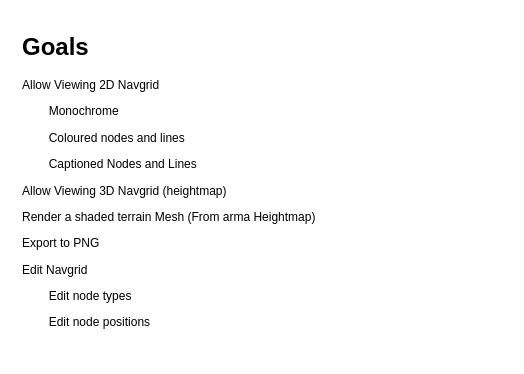
Earlier version of the draw.io diagram page "Goals" (1 of 6) of StreetArtist.Core/Docs/StreetArtistStrategy.drawio (CalebSerafin/StreetArtist). Source tidied: cells renumbered, new cells numbered last; positions are measured from the earlier drawing's top-left corner, leaving out a move shared by most shapes. Both pictures are drawn from the tidied source at 100%, with x=0, y=0 at pixel (17, 27).
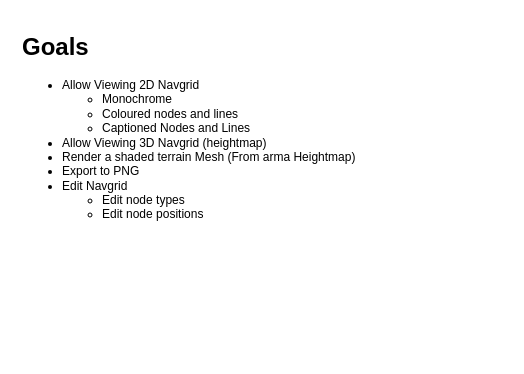
Above is the later version.

The edit, as a diff of the source:
```diff
@@
 <mxGraphModel>
   <root>
     <mxCell id="0" />
     <mxCell id="1" parent="0" />
-    <mxCell id="2" value="&lt;h1&gt;Goals&lt;/h1&gt;&lt;p&gt;Allow Viewing 2D Navgrid&lt;/p&gt;&lt;p&gt;&lt;span style=&quot;white-space: pre;&quot;&gt;&#9;&lt;/span&gt;Monochrome&lt;br&gt;&lt;/p&gt;&lt;p&gt;&lt;span style=&quot;white-space: pre;&quot;&gt;&#9;&lt;/span&gt;Coloured nodes and lines&lt;br&gt;&lt;/p&gt;&lt;p&gt;&lt;span style=&quot;white-space: pre;&quot;&gt;&#9;&lt;/span&gt;Captioned Nodes and Lines&lt;br&gt;&lt;/p&gt;&lt;p&gt;Allow Viewing 3D Navgrid (heightmap)&lt;/p&gt;&lt;p&gt;Render a shaded terrain Mesh (From arma Heightmap)&lt;/p&gt;&lt;p&gt;Export to PNG&lt;/p&gt;&lt;p&gt;Edit Navgrid&lt;/p&gt;&lt;p&gt;&lt;span style=&quot;white-space: pre;&quot;&gt;&#9;&lt;/span&gt;Edit node types&lt;br&gt;&lt;/p&gt;&lt;p&gt;&lt;span style=&quot;white-space: pre;&quot;&gt;&#9;&lt;/span&gt;Edit node positions&lt;br&gt;&lt;/p&gt;&lt;p&gt;&lt;br&gt;&lt;/p&gt;" style="text;html=1;strokeColor=none;fillColor=none;spacing=5;spacingTop=-20;whiteSpace=wrap;overflow=hidden;rounded=0;" parent="1" vertex="1">
+    <mxCell id="2" value="&lt;h1&gt;Goals&lt;/h1&gt;&lt;p&gt;&lt;/p&gt;&lt;ul&gt;&lt;li&gt;Allow Viewing 2D Navgrid&lt;/li&gt;&lt;ul&gt;&lt;li&gt;Monochrome&lt;/li&gt;&lt;li&gt;Coloured nodes and lines&lt;/li&gt;&lt;li&gt;Captioned Nodes and Lines&lt;/li&gt;&lt;/ul&gt;&lt;li&gt;Allow Viewing 3D Navgrid (heightmap)&lt;/li&gt;&lt;li&gt;Render a shaded terrain Mesh (From arma Heightmap)&lt;/li&gt;&lt;li&gt;Export to PNG&lt;/li&gt;&lt;li&gt;Edit Navgrid&lt;/li&gt;&lt;ul&gt;&lt;li&gt;Edit node types&lt;/li&gt;&lt;li&gt;Edit node positions&lt;/li&gt;&lt;/ul&gt;&lt;/ul&gt;&lt;p&gt;&lt;/p&gt;&lt;p&gt;&lt;br&gt;&lt;/p&gt;" style="text;html=1;strokeColor=none;fillColor=none;spacing=5;spacingTop=-20;whiteSpace=wrap;overflow=hidden;rounded=0;" parent="1" vertex="1">
       <mxGeometry width="490" height="330" as="geometry" />
     </mxCell>
   </root>
 </mxGraphModel>
```
